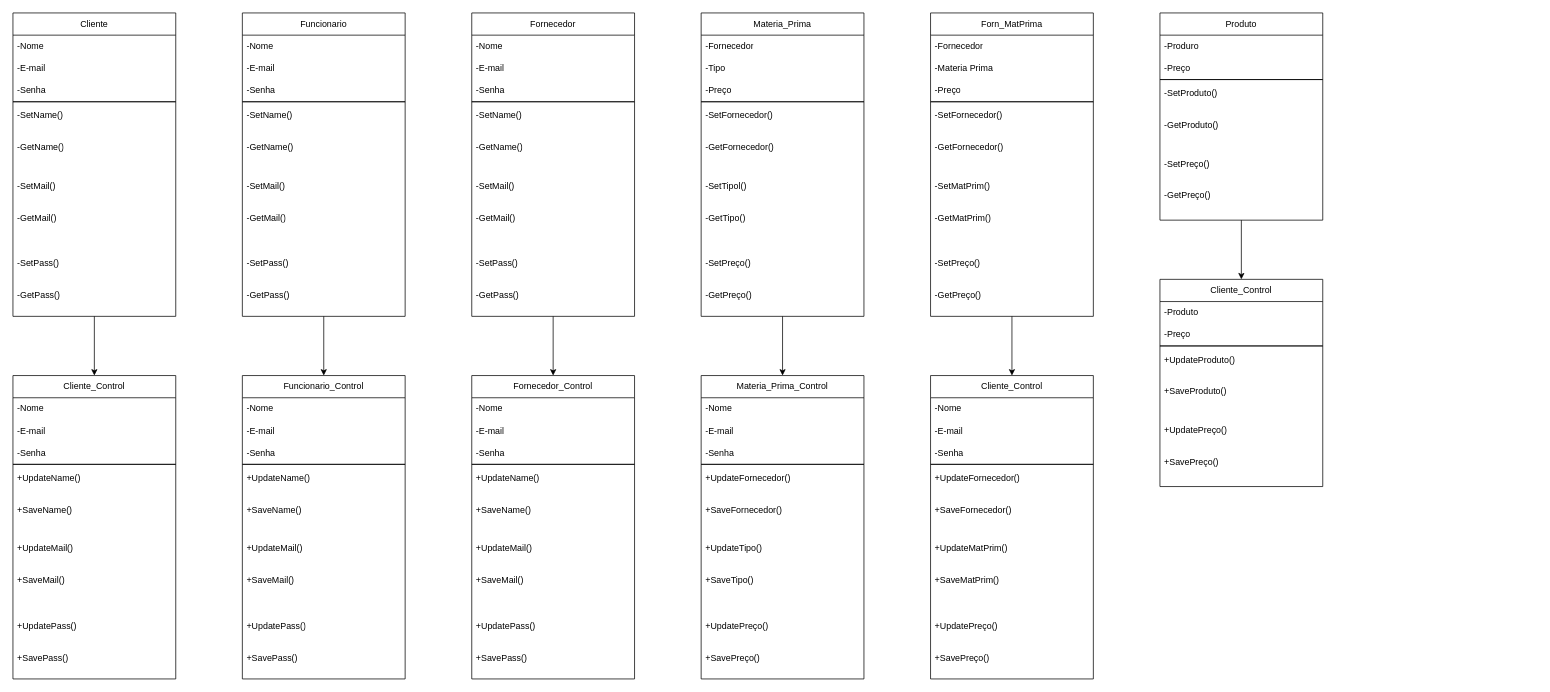
Earlier version of the draw.io diagram doc/Diagrama de classes.drawio (H4KAIzin/Diagamas). Source tidied: cells renumbered, new cells numbered last; positions are measured from the earlier drawing's top-left corner, leaving out a move shared by most shapes. Both pictures are drawn from the tidied source at 74%, with x=0, y=0 at pixel (13, 13).
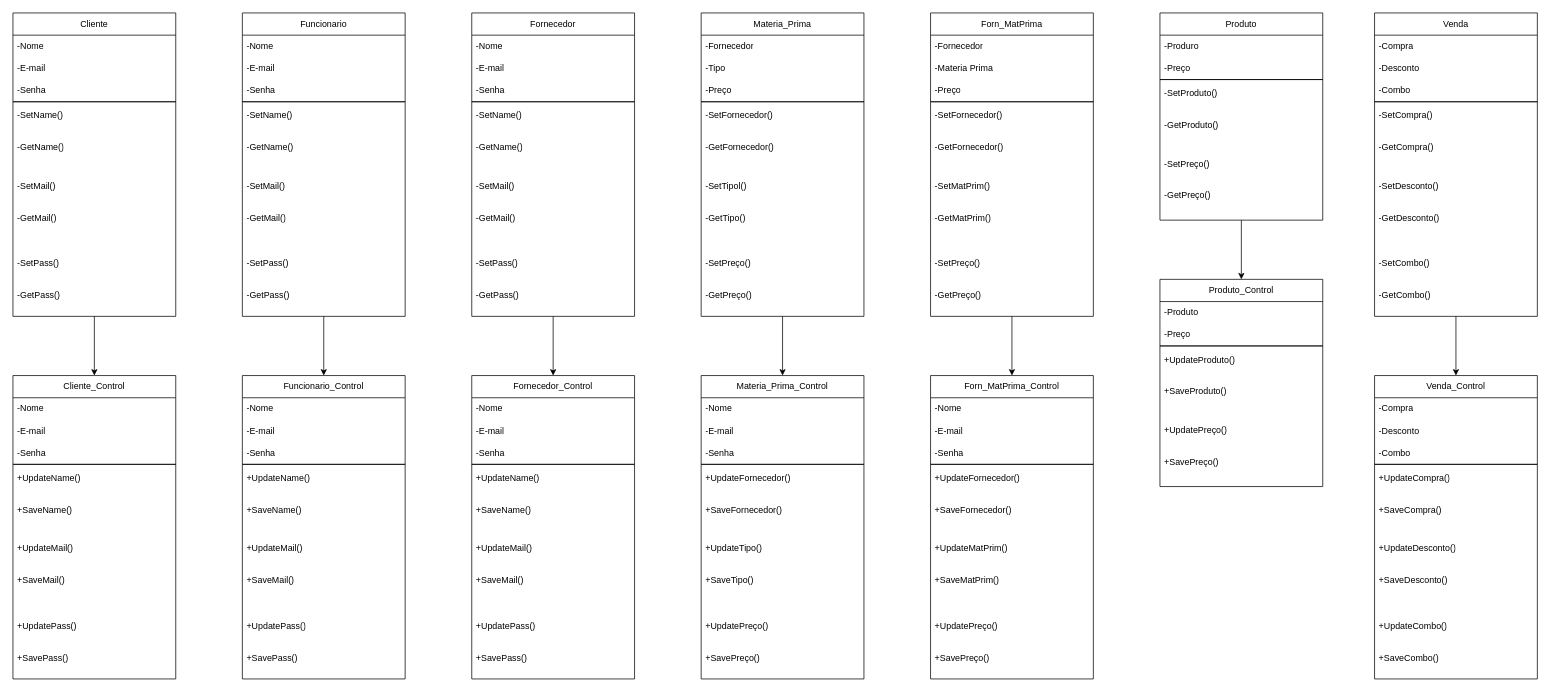
After the change.

The change refers to these unchanged cells:
```xml
<mxCell id="87" style="group;" parent="1" vertex="1">
  <mxGeometry x="1240" y="490" width="220" height="410" as="geometry" />
</mxCell>
```

What changed in the source:
```diff
@@
-    <mxCell id="88" value="Cliente_Control" style="swimlane;fontStyle=0;horizontal=1;startSize=30;whiteSpace=wrap;html=1;" parent="87" vertex="1">
+    <mxCell id="88" value="Forn_MatPrima_Control" style="swimlane;fontStyle=0;horizontal=1;startSize=30;whiteSpace=wrap;html=1;" parent="87" vertex="1">
       <mxGeometry width="220" height="120" as="geometry" />
     </mxCell>
@@
-    <mxCell id="103" value="Cliente_Control" style="swimlane;fontStyle=0;horizontal=1;startSize=30;whiteSpace=wrap;html=1;" parent="1" vertex="1">
+    <mxCell id="103" value="Produto_Control" style="swimlane;fontStyle=0;horizontal=1;startSize=30;whiteSpace=wrap;html=1;" parent="1" vertex="1">
       <mxGeometry x="1550" y="360" width="220" height="90" as="geometry" />
     </mxCell>
@@
+    <mxCell id="110" style="group;" parent="1" vertex="1">
+      <mxGeometry x="1840" width="220" height="410" as="geometry" />
+    </mxCell>
+    <mxCell id="111" value="Venda" style="swimlane;fontStyle=0;horizontal=1;startSize=30;whiteSpace=wrap;html=1;" parent="110" vertex="1">
+      <mxGeometry width="220" height="120" as="geometry" />
+    </mxCell>
+    <mxCell id="112" value="-Compra" style="text;strokeColor=none;fillColor=none;align=left;verticalAlign=middle;spacingLeft=4;spacingRight=4;overflow=hidden;whiteSpace=wrap;html=1;" parent="111" vertex="1">
+      <mxGeometry y="30" width="220" height="30" as="geometry" />
+    </mxCell>
+    <mxCell id="113" value="-Desconto" style="text;strokeColor=none;fillColor=none;align=left;verticalAlign=middle;spacingLeft=4;spacingRight=4;overflow=hidden;whiteSpace=wrap;html=1;" parent="111" vertex="1">
+      <mxGeometry y="60" width="220" height="30" as="geometry" />
+    </mxCell>
+    <mxCell id="114" value="&lt;div&gt;-Combo&lt;/div&gt;" style="text;strokeColor=none;fillColor=none;align=left;verticalAlign=middle;spacingLeft=4;spacingRight=4;overflow=hidden;whiteSpace=wrap;html=1;" parent="111" vertex="1">
+      <mxGeometry y="90" width="220" height="30" as="geometry" />
+    </mxCell>
+    <mxCell id="115" style="swimlane;fontStyle=0;horizontal=1;startSize=0;whiteSpace=wrap;html=1;" parent="110" vertex="1">
+      <mxGeometry y="120" width="220" height="290" as="geometry" />
+    </mxCell>
+    <mxCell id="116" value="-SetCompra()&lt;div&gt;&lt;br&gt;&lt;/div&gt;&lt;div&gt;&lt;br&gt;&lt;div&gt;-GetCompra()&lt;/div&gt;&lt;/div&gt;" style="text;strokeColor=none;fillColor=none;align=left;verticalAlign=middle;spacingLeft=4;spacingRight=4;overflow=hidden;whiteSpace=wrap;html=1;" parent="115" vertex="1">
+      <mxGeometry width="220" height="80" as="geometry" />
+    </mxCell>
+    <mxCell id="117" value="-SetDesconto()&lt;div&gt;&lt;br&gt;&lt;/div&gt;&lt;div&gt;&lt;br&gt;&lt;div&gt;-GetDesconto()&lt;/div&gt;&lt;/div&gt;" style="text;strokeColor=none;fillColor=none;align=left;verticalAlign=middle;spacingLeft=4;spacingRight=4;overflow=hidden;whiteSpace=wrap;html=1;" parent="115" vertex="1">
+      <mxGeometry y="80" width="220" height="110" as="geometry" />
+    </mxCell>
+    <mxCell id="118" value="-SetCombo()&lt;div&gt;&lt;br&gt;&lt;/div&gt;&lt;div&gt;&lt;br&gt;&lt;/div&gt;&lt;div&gt;-GetCombo()&lt;/div&gt;" style="text;strokeColor=none;fillColor=none;align=left;verticalAlign=middle;spacingLeft=4;spacingRight=4;overflow=hidden;whiteSpace=wrap;html=1;" parent="115" vertex="1">
+      <mxGeometry y="190" width="220" height="100" as="geometry" />
+    </mxCell>
+    <mxCell id="119" style="group;" parent="1" vertex="1">
+      <mxGeometry x="1840" y="490" width="220" height="410" as="geometry" />
+    </mxCell>
+    <mxCell id="120" value="Venda_Control" style="swimlane;fontStyle=0;horizontal=1;startSize=30;whiteSpace=wrap;html=1;" parent="119" vertex="1">
+      <mxGeometry width="220" height="120" as="geometry" />
+    </mxCell>
+    <mxCell id="121" value="-Compra" style="text;strokeColor=none;fillColor=none;align=left;verticalAlign=middle;spacingLeft=4;spacingRight=4;overflow=hidden;whiteSpace=wrap;html=1;" parent="120" vertex="1">
+      <mxGeometry y="30" width="220" height="30" as="geometry" />
+    </mxCell>
+    <mxCell id="122" value="-Desconto" style="text;strokeColor=none;fillColor=none;align=left;verticalAlign=middle;spacingLeft=4;spacingRight=4;overflow=hidden;whiteSpace=wrap;html=1;" parent="120" vertex="1">
+      <mxGeometry y="60" width="220" height="30" as="geometry" />
+    </mxCell>
+    <mxCell id="123" value="&lt;div&gt;-Combo&lt;/div&gt;" style="text;strokeColor=none;fillColor=none;align=left;verticalAlign=middle;spacingLeft=4;spacingRight=4;overflow=hidden;whiteSpace=wrap;html=1;" parent="120" vertex="1">
+      <mxGeometry y="90" width="220" height="30" as="geometry" />
+    </mxCell>
+    <mxCell id="124" style="swimlane;fontStyle=0;horizontal=1;startSize=0;whiteSpace=wrap;html=1;" parent="119" vertex="1">
+      <mxGeometry y="120" width="220" height="290" as="geometry" />
+    </mxCell>
+    <mxCell id="125" value="+UpdateCompra()&lt;div&gt;&lt;br&gt;&lt;/div&gt;&lt;div&gt;&lt;br&gt;&lt;div&gt;+SaveCompra()&lt;/div&gt;&lt;/div&gt;" style="text;strokeColor=none;fillColor=none;align=left;verticalAlign=middle;spacingLeft=4;spacingRight=4;overflow=hidden;whiteSpace=wrap;html=1;" parent="124" vertex="1">
+      <mxGeometry width="220" height="80" as="geometry" />
+    </mxCell>
+    <mxCell id="126" value="+UpdateDesconto()&lt;div&gt;&lt;br&gt;&lt;/div&gt;&lt;div&gt;&lt;br&gt;&lt;div&gt;+SaveDesconto()&lt;/div&gt;&lt;/div&gt;" style="text;strokeColor=none;fillColor=none;align=left;verticalAlign=middle;spacingLeft=4;spacingRight=4;overflow=hidden;whiteSpace=wrap;html=1;" parent="124" vertex="1">
+      <mxGeometry y="80" width="220" height="110" as="geometry" />
+    </mxCell>
+    <mxCell id="127" value="+UpdateCombo()&lt;div&gt;&lt;br&gt;&lt;/div&gt;&lt;div&gt;&lt;span style=&quot;background-color: initial;&quot;&gt;&lt;br&gt;&lt;/span&gt;&lt;/div&gt;&lt;div&gt;&lt;span style=&quot;background-color: initial;&quot;&gt;+SaveCombo()&lt;/span&gt;&lt;br&gt;&lt;/div&gt;" style="text;strokeColor=none;fillColor=none;align=left;verticalAlign=middle;spacingLeft=4;spacingRight=4;overflow=hidden;whiteSpace=wrap;html=1;" parent="124" vertex="1">
+      <mxGeometry y="190" width="220" height="100" as="geometry" />
+    </mxCell>
+    <mxCell id="128" style="endArrow=classic;html=1;rounded=0;entryX=0.5;entryY=0;entryDx=0;entryDy=0;" parent="1" edge="1" target="120">
+      <mxGeometry relative="1" as="geometry">
+        <mxPoint x="1950" y="410" as="sourcePoint" />
+      </mxGeometry>
+    </mxCell>
```
